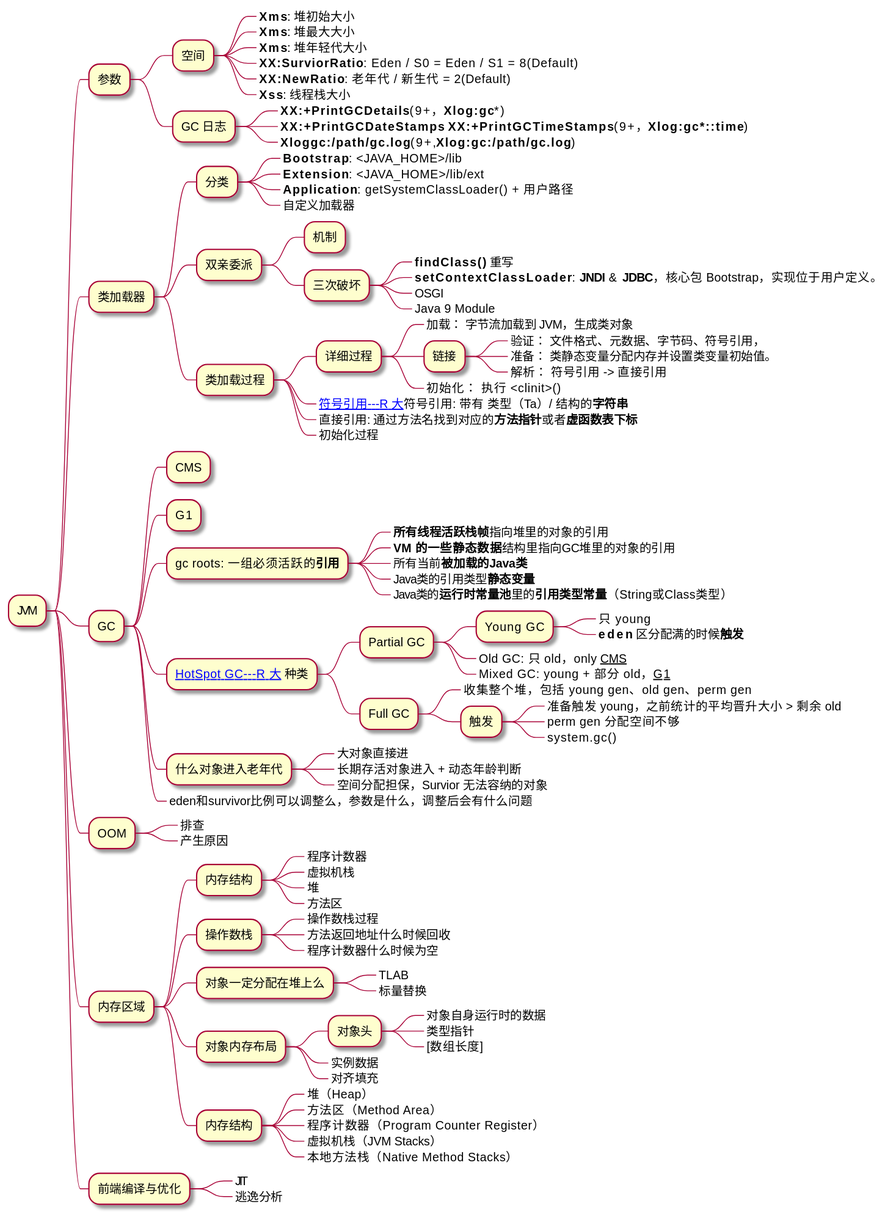
Above: assets/imgs/resume/jvm.svg in Gh0st99/Gh0st99.github.io (PlantUML), before the change.
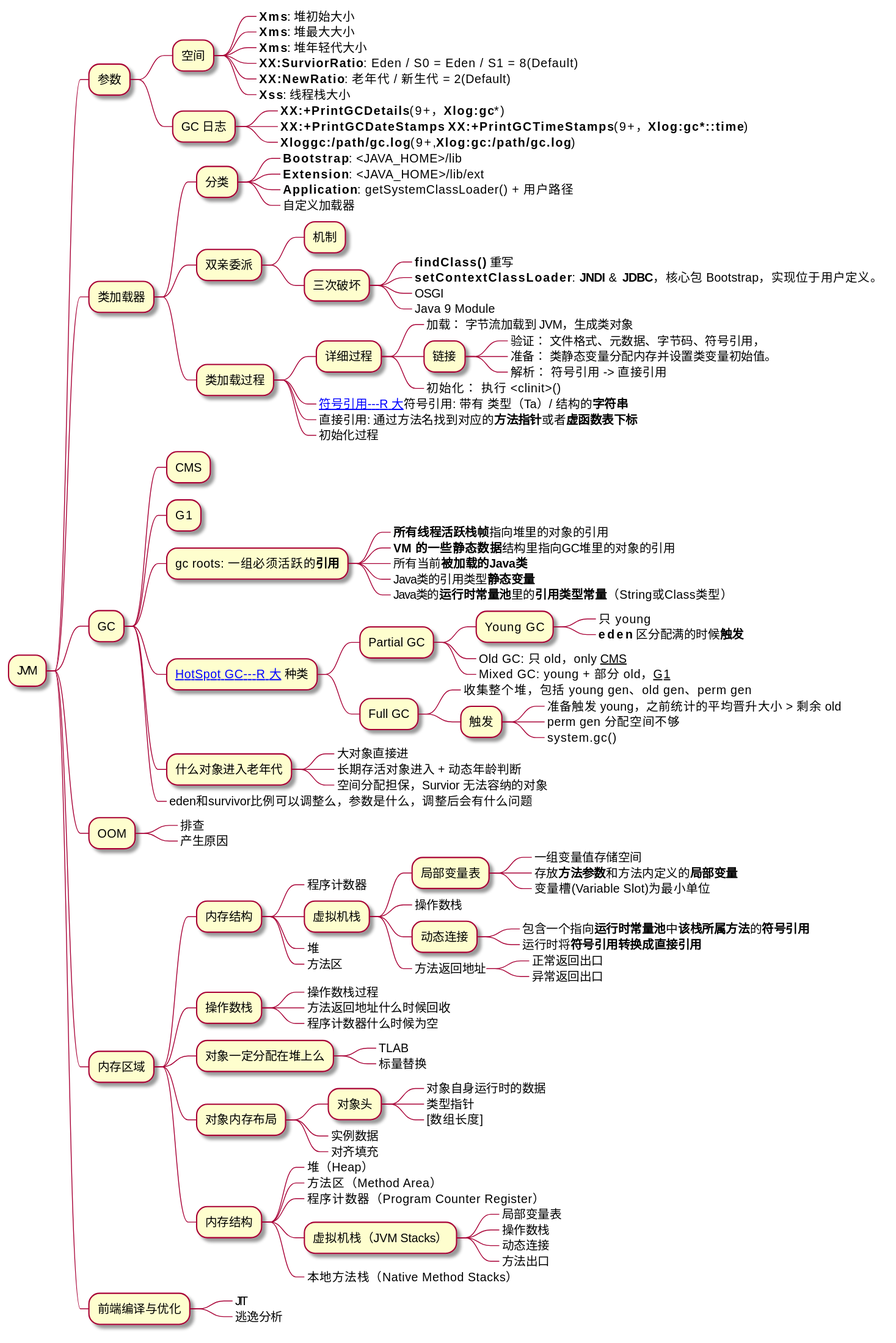
After the change.

Diff of the diagram source:
```diff
@@ -77,7 +77,18 @@
 ** 内存区域
 *** 内存结构
 ****_ 程序计数器
-****_ 虚拟机栈
+**** 虚拟机栈
+***** 局部变量表
+******_ 一组变量值存储空间
+******_ 存放**方法参数**和方法内定义的**局部变量**
+******_ 变量槽(Variable Slot)为最小单位
+*****_ 操作数栈
+***** 动态连接
+******_ 包含一个指向**运行时常量池**中**该栈所属方法**的**符号引用**
+******_ 运行时将**符号引用转换成直接引用**
+*****_ 方法返回地址
+******_ 正常返回出口
+******_ 异常返回出口
 ****_ 堆
 ****_ 方法区
 
@@ -103,7 +114,11 @@
 ****_ 堆（Heap）
 ****_ 方法区（Method Area）
 ****_ 程序计数器（Program Counter Register）
-****_ 虚拟机栈（JVM Stacks）
+**** 虚拟机栈（JVM Stacks）
+*****_ 局部变量表
+*****_ 操作数栈
+*****_ 动态连接
+*****_ 方法出口
 ****_ 本地方法栈（Native Method Stacks）
 
 ** 前端编译与优化
```
